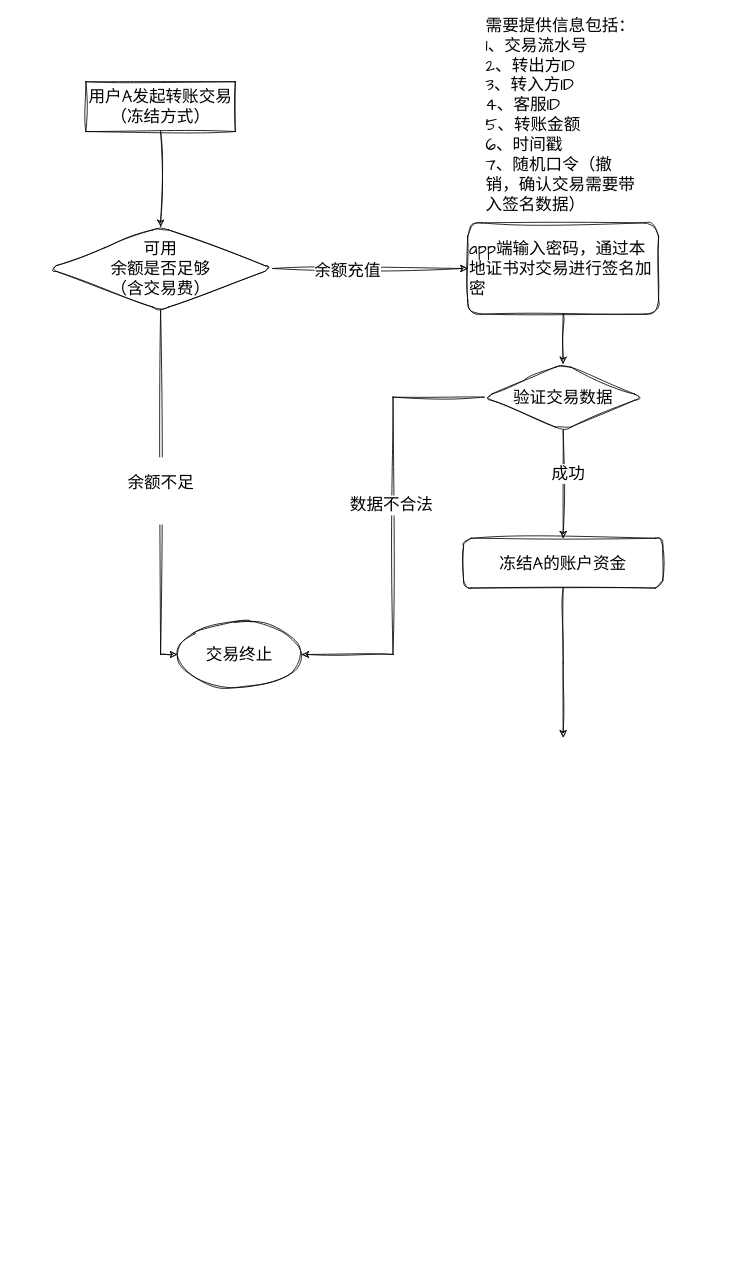
dovezat/drawio keeps this draw.io diagram as 冻结流程.drawio. Above is the earlier version. Source tidied: cells renumbered, new cells numbered last; positions are measured from the earlier drawing's top-left corner, leaving out a move shared by most shapes. Both pictures are drawn from the tidied source at 83%, with x=0, y=0 at pixel (48, 81).
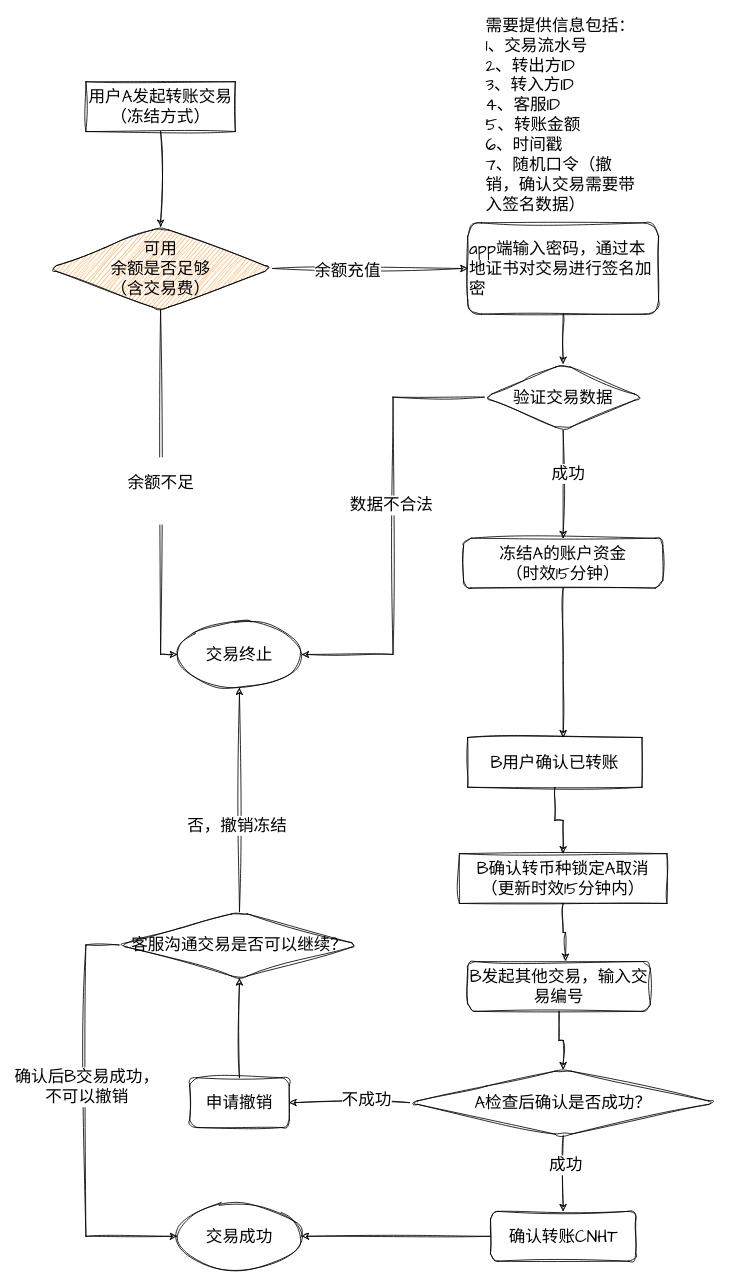
After the change.

Commit message (it also covers changes not shown here):
更新冻结流程.drawio

Unchanged cells that the change refers to:
```xml
<mxCell id="8" value="交易终止" style="ellipse;whiteSpace=wrap;html=1;fontSize=20;fontFamily=Architects Daughter;rounded=1;glass=0;strokeWidth=1;shadow=0;sketch=1;hachureGap=4;jiggle=2;curveFitting=1;" parent="1" vertex="1">
  <mxGeometry x="155" y="650" width="150" height="80" as="geometry" />
</mxCell>
```

What changed in the source:
```diff
@@
-    <mxCell id="7" value="可用&lt;br&gt;余额是否足够&lt;br&gt;（含交易费）" style="rhombus;whiteSpace=wrap;html=1;fontSize=20;fontFamily=Architects Daughter;rounded=1;glass=0;strokeWidth=1;shadow=0;sketch=1;hachureGap=4;jiggle=2;curveFitting=1;" parent="1" vertex="1">
+    <mxCell id="7" value="可用&lt;br&gt;余额是否足够&lt;br&gt;（含交易费）" style="rhombus;whiteSpace=wrap;html=1;fontSize=20;fontFamily=Architects Daughter;rounded=1;glass=0;strokeWidth=1;shadow=0;sketch=1;hachureGap=4;jiggle=2;curveFitting=1;fillColor=#FF9933;" parent="1" vertex="1">
       <mxGeometry y="175" width="270" height="100" as="geometry" />
     </mxCell>
@@
-    <mxCell id="13" value="冻结A的账户资金" style="whiteSpace=wrap;html=1;rounded=1;glass=0;strokeWidth=1;shadow=0;sketch=1;hachureGap=4;jiggle=2;curveFitting=1;fontFamily=Architects Daughter;fontSize=20;" parent="1" vertex="1">
+    <mxCell id="13" value="冻结A的账户资金&lt;br&gt;（时效15分钟）" style="whiteSpace=wrap;html=1;rounded=1;glass=0;strokeWidth=1;shadow=0;sketch=1;hachureGap=4;jiggle=2;curveFitting=1;fontFamily=Architects Daughter;fontSize=20;" parent="1" vertex="1">
       <mxGeometry x="500" y="550" width="240" height="60" as="geometry" />
     </mxCell>
@@
+    <mxCell id="19" style="edgeStyle=orthogonalEdgeStyle;rounded=0;sketch=1;hachureGap=4;jiggle=2;curveFitting=1;jettySize=auto;html=1;fontFamily=Architects Daughter;fontSize=16;" parent="1" edge="1" source="20" target="27">
+      <mxGeometry relative="1" as="geometry" />
+    </mxCell>
+    <mxCell id="20" value="B用户确认已转账&lt;br&gt;" style="rounded=0;whiteSpace=wrap;html=1;sketch=1;hachureGap=4;jiggle=2;curveFitting=1;fontFamily=Architects Daughter;fontSize=20;" parent="1" vertex="1">
+      <mxGeometry x="505" y="790" width="210" height="60" as="geometry" />
+    </mxCell>
+    <mxCell id="21" style="edgeStyle=orthogonalEdgeStyle;rounded=0;sketch=1;hachureGap=4;jiggle=2;curveFitting=1;jettySize=auto;html=1;fontFamily=Architects Daughter;fontSize=16;" parent="1" edge="1" source="22" target="32">
+      <mxGeometry relative="1" as="geometry" />
+    </mxCell>
+    <mxCell id="22" value="B发起其他交易，输入交易编号" style="rounded=1;whiteSpace=wrap;html=1;sketch=1;hachureGap=4;jiggle=2;curveFitting=1;fontFamily=Architects Daughter;fontSize=20;" parent="1" vertex="1">
+      <mxGeometry x="505" y="1060" width="220" height="60" as="geometry" />
+    </mxCell>
+    <mxCell id="23" style="edgeStyle=orthogonalEdgeStyle;rounded=0;sketch=1;hachureGap=4;jiggle=2;curveFitting=1;jettySize=auto;html=1;fontFamily=Architects Daughter;fontSize=16;" parent="1" edge="1" source="24" target="25">
+      <mxGeometry relative="1" as="geometry" />
+    </mxCell>
+    <mxCell id="24" value="确认转账CNHT" style="whiteSpace=wrap;html=1;fontSize=20;fontFamily=Architects Daughter;rounded=1;sketch=1;hachureGap=4;jiggle=2;curveFitting=1;" parent="1" vertex="1">
+      <mxGeometry x="532.5" y="1361" width="175" height="60" as="geometry" />
+    </mxCell>
+    <mxCell id="25" value="交易成功" style="ellipse;whiteSpace=wrap;html=1;fontSize=20;fontFamily=Architects Daughter;rounded=1;sketch=1;hachureGap=4;jiggle=2;curveFitting=1;" parent="1" vertex="1">
+      <mxGeometry x="155" y="1351" width="150" height="80" as="geometry" />
+    </mxCell>
+    <mxCell id="26" style="edgeStyle=orthogonalEdgeStyle;rounded=0;sketch=1;hachureGap=4;jiggle=2;curveFitting=1;jettySize=auto;html=1;entryX=0.536;entryY=-0.012;entryDx=0;entryDy=0;entryPerimeter=0;fontFamily=Architects Daughter;fontSize=16;" parent="1" edge="1" source="27" target="22">
+      <mxGeometry relative="1" as="geometry" />
+    </mxCell>
+    <mxCell id="27" value="B确认转币种锁定A取消&lt;br&gt;（更新时效15分钟内）" style="whiteSpace=wrap;html=1;fontSize=20;fontFamily=Architects Daughter;rounded=0;sketch=1;hachureGap=4;jiggle=2;curveFitting=1;" parent="1" vertex="1">
+      <mxGeometry x="495" y="930" width="250" height="60" as="geometry" />
+    </mxCell>
+    <mxCell id="28" style="edgeStyle=orthogonalEdgeStyle;rounded=0;sketch=1;hachureGap=4;jiggle=2;curveFitting=1;jettySize=auto;html=1;entryX=0.5;entryY=0;entryDx=0;entryDy=0;fontFamily=Architects Daughter;fontSize=16;" parent="1" edge="1" source="32" target="24">
+      <mxGeometry relative="1" as="geometry" />
+    </mxCell>
+    <mxCell id="29" value="成功" style="edgeLabel;html=1;align=center;verticalAlign=middle;fontSize=20;fontFamily=Architects Daughter;" parent="28" vertex="1">
+      <mxGeometry x="-0.25" y="2" relative="1" as="geometry" />
+    </mxCell>
+    <mxCell id="30" style="edgeStyle=orthogonalEdgeStyle;rounded=0;sketch=1;hachureGap=4;jiggle=2;curveFitting=1;jettySize=auto;html=1;fontFamily=Architects Daughter;fontSize=16;" parent="1" edge="1" source="32" target="34">
+      <mxGeometry relative="1" as="geometry" />
+    </mxCell>
+    <mxCell id="31" value="不成功" style="edgeLabel;html=1;align=center;verticalAlign=middle;fontSize=20;fontFamily=Architects Daughter;" parent="30" vertex="1">
+      <mxGeometry x="-0.27" y="-5" relative="1" as="geometry" />
+    </mxCell>
+    <mxCell id="32" value="A检查后确认是否成功？" style="rhombus;whiteSpace=wrap;html=1;fontSize=20;fontFamily=Architects Daughter;rounded=1;sketch=1;hachureGap=4;jiggle=2;curveFitting=1;" parent="1" vertex="1">
+      <mxGeometry x="435" y="1190" width="370" height="80" as="geometry" />
+    </mxCell>
+    <mxCell id="33" style="edgeStyle=orthogonalEdgeStyle;rounded=0;sketch=1;hachureGap=4;jiggle=2;curveFitting=1;jettySize=auto;html=1;fontFamily=Architects Daughter;fontSize=16;" parent="1" edge="1" source="34" target="39">
+      <mxGeometry relative="1" as="geometry" />
+    </mxCell>
+    <mxCell id="34" value="申请撤销" style="whiteSpace=wrap;html=1;fontSize=20;fontFamily=Architects Daughter;rounded=1;sketch=1;hachureGap=4;jiggle=2;curveFitting=1;" parent="1" vertex="1">
+      <mxGeometry x="170" y="1200" width="120" height="60" as="geometry" />
+    </mxCell>
+    <mxCell id="35" style="edgeStyle=orthogonalEdgeStyle;rounded=0;sketch=1;hachureGap=4;jiggle=2;curveFitting=1;jettySize=auto;html=1;entryX=0.5;entryY=1;entryDx=0;entryDy=0;fontFamily=Architects Daughter;fontSize=16;exitX=0.5;exitY=0;exitDx=0;exitDy=0;" parent="1" edge="1" source="39" target="8">
+      <mxGeometry relative="1" as="geometry" />
+    </mxCell>
+    <mxCell id="36" value="否，撤销冻结" style="edgeLabel;html=1;align=center;verticalAlign=middle;fontSize=20;fontFamily=Architects Daughter;" parent="35" vertex="1">
+      <mxGeometry x="-0.22" y="4" relative="1" as="geometry" />
+    </mxCell>
+    <mxCell id="37" style="edgeStyle=orthogonalEdgeStyle;rounded=0;sketch=1;hachureGap=4;jiggle=2;curveFitting=1;jettySize=auto;html=1;fontFamily=Architects Daughter;fontSize=16;" parent="1" edge="1" source="39" target="25">
+      <mxGeometry relative="1" as="geometry">
+        <Array as="points">
+          <mxPoint x="45" y="1040" />
+          <mxPoint x="45" y="1391" />
+        </Array>
+      </mxGeometry>
+    </mxCell>
+    <mxCell id="38" value="确认后B交易成功，&lt;br&gt;不可以撤销" style="edgeLabel;html=1;align=center;verticalAlign=middle;fontSize=20;fontFamily=Architects Daughter;" parent="37" vertex="1">
+      <mxGeometry x="-0.16" relative="1" as="geometry" />
+    </mxCell>
+    <mxCell id="39" value="客服沟通交易是否可以继续？" style="rhombus;whiteSpace=wrap;html=1;fontSize=20;fontFamily=Architects Daughter;rounded=1;sketch=1;hachureGap=4;jiggle=2;curveFitting=1;" parent="1" vertex="1">
+      <mxGeometry x="85" y="1000" width="290" height="80" as="geometry" />
+    </mxCell>
```
